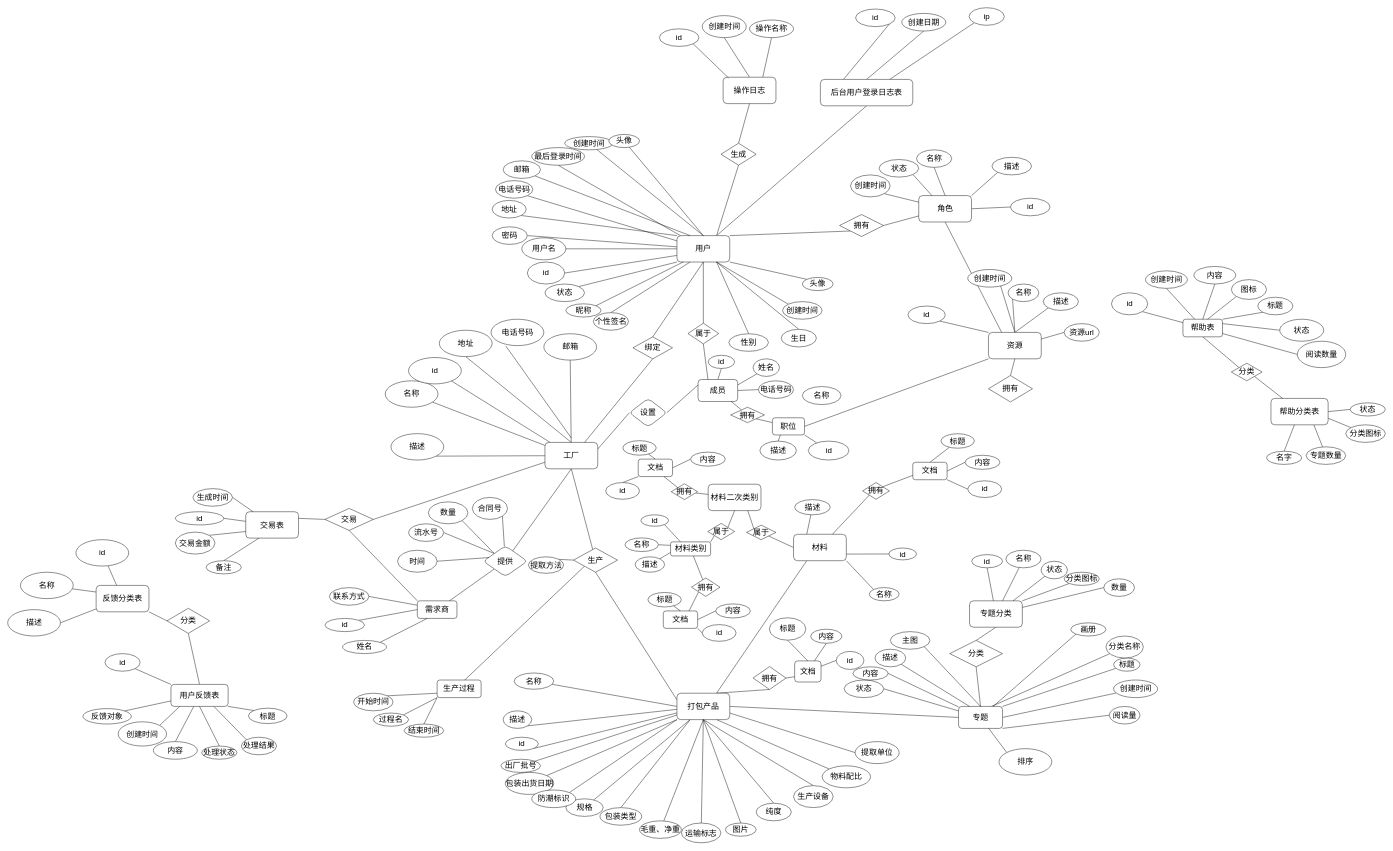
This is document/scheme/稀土产品数据库.drawio from hhoao/retrack, a draw.io file, before an edit. Source tidied: cells renumbered, new cells numbered last; positions are measured from the earlier drawing's top-left corner, leaving out a move shared by most shapes. Both pictures are drawn from the tidied source at 44%, with x=0, y=0 at pixel (7, 7).
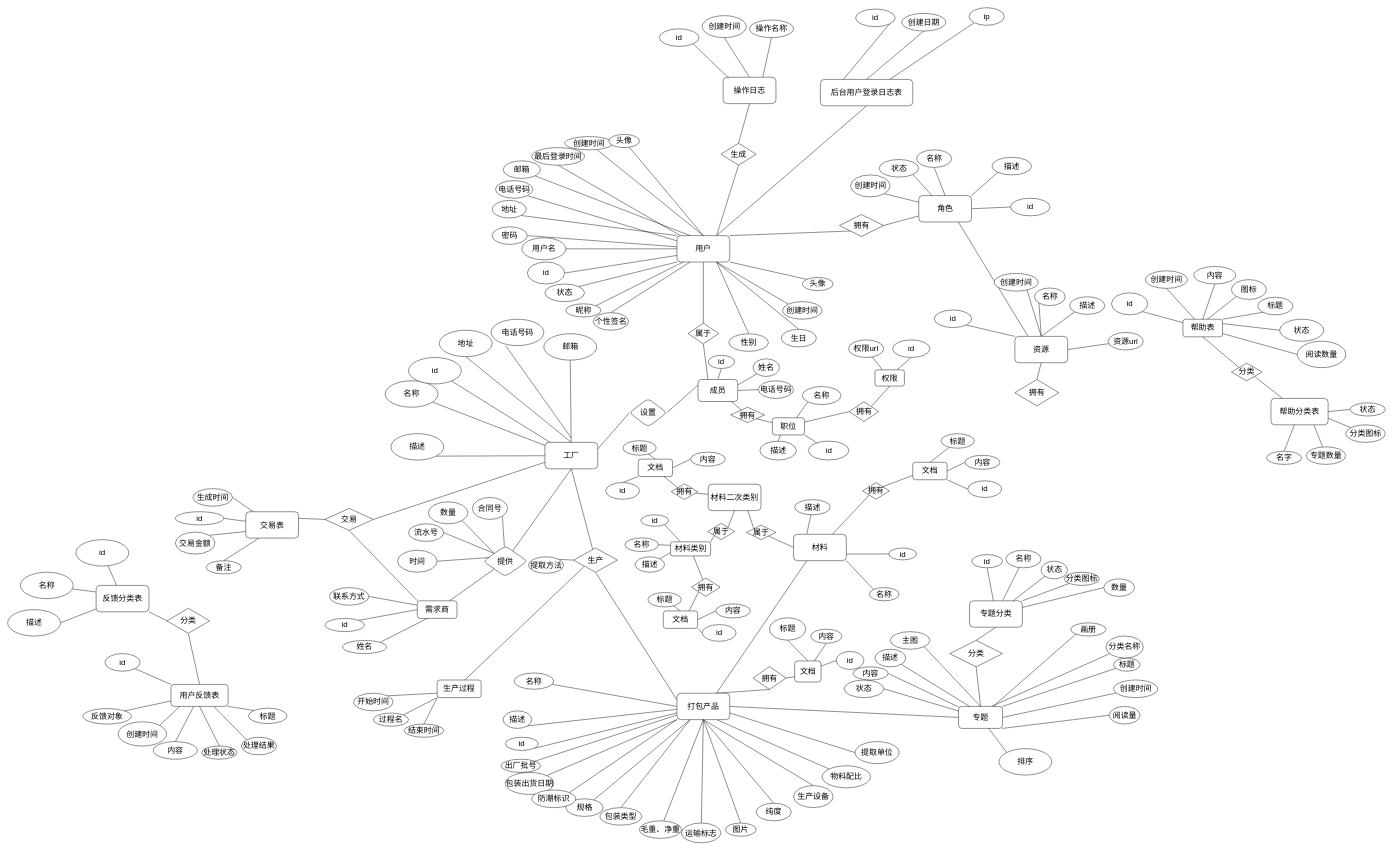
After the change.

Unchanged cells that the change refers to:
```xml
<mxCell id="14" value="工厂" style="whiteSpace=wrap;html=1;fontSize=18;strokeWidth=1;rounded=1;" parent="1" vertex="1">
  <mxGeometry x="1221" y="988" width="120" height="60" as="geometry" />
</mxCell>
<mxCell id="83" value="用户" style="rounded=1;whiteSpace=wrap;html=1;fontSize=18;" parent="1" vertex="1">
  <mxGeometry x="1521" y="518" width="120" height="60" as="geometry" />
</mxCell>
<mxCell id="101" value="角色" style="rounded=1;whiteSpace=wrap;html=1;fontSize=18;" parent="1" vertex="1">
  <mxGeometry x="2070.5" y="427" width="120" height="60" as="geometry" />
</mxCell>
<mxCell id="278" value="职位" style="rounded=1;whiteSpace=wrap;html=1;fontFamily=Helvetica;fontSize=18;fontColor=default;" parent="1" vertex="1">
  <mxGeometry x="1738" y="932" width="73" height="39" as="geometry" />
</mxCell>
<mxCell id="279" value="名称" style="ellipse;whiteSpace=wrap;html=1;fontFamily=Helvetica;fontSize=18;fontColor=default;" parent="1" vertex="1">
  <mxGeometry x="1806" y="861" width="88" height="41" as="geometry" />
</mxCell>
```

The edit, as a diff of the source:
```diff
@@
-    <mxCell id="13" style="edgeStyle=none;rounded=0;jettySize=auto;html=1;exitX=0.75;exitY=0;exitDx=0;exitDy=0;entryX=0.5;entryY=1;entryDx=0;entryDy=0;endArrow=none;endFill=0;fontSize=18;" parent="1" edge="1" source="14" target="85">
-      <mxGeometry relative="1" as="geometry" />
-    </mxCell>
@@
-    <mxCell id="84" style="edgeStyle=none;rounded=0;jettySize=auto;html=1;exitX=0.5;exitY=0;exitDx=0;exitDy=0;entryX=0.5;entryY=1;entryDx=0;entryDy=0;endArrow=none;endFill=0;fontSize=18;" parent="1" edge="1" source="85" target="83">
-      <mxGeometry relative="1" as="geometry" />
-    </mxCell>
-    <mxCell id="85" value="绑定" style="rhombus;whiteSpace=wrap;html=1;fontSize=18;" parent="1" vertex="1">
-      <mxGeometry x="1421" y="748" width="90" height="50" as="geometry" />
-    </mxCell>
@@
-    <mxCell id="100" style="edgeStyle=none;rounded=0;jettySize=auto;html=1;exitX=0.5;exitY=1;exitDx=0;exitDy=0;entryX=0.25;entryY=0;entryDx=0;entryDy=0;endArrow=none;endFill=0;" parent="1" edge="1" source="101" target="111">
+    <mxCell id="100" style="edgeStyle=none;rounded=0;jettySize=auto;html=1;exitX=0.75;exitY=1;exitDx=0;exitDy=0;entryX=0.25;entryY=0;entryDx=0;entryDy=0;fontSize=18;endArrow=none;endFill=0;" parent="1" edge="1" source="101" target="111">
       <mxGeometry relative="1" as="geometry" />
     </mxCell>
@@
+    <mxCell id="346" style="edgeStyle=none;rounded=0;jettySize=auto;html=1;exitX=1;exitY=0.5;exitDx=0;exitDy=0;fontSize=18;endArrow=none;endFill=0;" parent="1" edge="1" source="111" target="130">
+      <mxGeometry relative="1" as="geometry" />
+    </mxCell>
     <mxCell id="111" value="资源" style="rounded=1;whiteSpace=wrap;html=1;fontSize=18;" parent="1" vertex="1">
-      <mxGeometry x="2229" y="738" width="120" height="60" as="geometry" />
+      <mxGeometry x="2289" y="747" width="120" height="60" as="geometry" />
     </mxCell>
@@
     <mxCell id="115" value="id" style="ellipse;whiteSpace=wrap;html=1;fontSize=18;" parent="1" vertex="1">
-      <mxGeometry x="2046" y="678" width="85" height="40" as="geometry" />
+      <mxGeometry x="2106" y="687" width="85" height="40" as="geometry" />
     </mxCell>
@@
     <mxCell id="117" value="拥有" style="rhombus;whiteSpace=wrap;html=1;fontSize=18;" parent="1" vertex="1">
-      <mxGeometry x="2229" y="836" width="100" height="60" as="geometry" />
+      <mxGeometry x="2289" y="845" width="100" height="60" as="geometry" />
     </mxCell>
     <mxCell id="118" value="名称" style="ellipse;whiteSpace=wrap;html=1;fontSize=18;" parent="1" vertex="1">
-      <mxGeometry x="2273.5" y="628" width="70" height="40" as="geometry" />
+      <mxGeometry x="2333.5" y="637" width="70" height="40" as="geometry" />
     </mxCell>
     <mxCell id="119" value="描述" style="ellipse;whiteSpace=wrap;html=1;fontSize=18;" parent="1" vertex="1">
-      <mxGeometry x="2353.5" y="648" width="80" height="40" as="geometry" />
+      <mxGeometry x="2413.5" y="657" width="80" height="40" as="geometry" />
     </mxCell>
     <mxCell id="120" value="创建时间" style="ellipse;whiteSpace=wrap;html=1;fontSize=18;" parent="1" vertex="1">
-      <mxGeometry x="2182" y="595" width="100" height="40" as="geometry" />
+      <mxGeometry x="2242" y="604" width="100" height="40" as="geometry" />
     </mxCell>
@@
-    <mxCell id="129" style="edgeStyle=none;rounded=0;jettySize=auto;html=1;exitX=0;exitY=0.5;exitDx=0;exitDy=0;entryX=1;entryY=0.25;entryDx=0;entryDy=0;fontSize=18;endArrow=none;endFill=0;" parent="1" edge="1" source="130" target="111">
-      <mxGeometry relative="1" as="geometry" />
-    </mxCell>
     <mxCell id="130" value="资源url" style="ellipse;whiteSpace=wrap;html=1;fontSize=18;" parent="1" vertex="1">
-      <mxGeometry x="2401" y="718" width="80" height="40" as="geometry" />
+      <mxGeometry x="2501" y="738" width="80" height="40" as="geometry" />
     </mxCell>
@@
-    <mxCell id="277" style="edgeStyle=none;rounded=0;jettySize=auto;html=1;exitX=1;exitY=0.5;exitDx=0;exitDy=0;entryX=0;entryY=1;entryDx=0;entryDy=0;endArrow=none;endFill=0;" parent="1" edge="1" source="278" target="111">
-      <mxGeometry relative="1" as="geometry" />
-    </mxCell>
+    <mxCell id="347" style="rounded=0;jettySize=auto;html=1;exitX=0.75;exitY=0;exitDx=0;exitDy=0;entryX=0;entryY=1;entryDx=0;entryDy=0;endArrow=none;endFill=0;" parent="1" edge="1" source="278" target="279">
+      <mxGeometry relative="1" as="geometry" />
+    </mxCell>
+    <mxCell id="348" style="edgeStyle=none;rounded=0;jettySize=auto;html=1;exitX=1;exitY=0.25;exitDx=0;exitDy=0;entryX=0;entryY=0.5;entryDx=0;entryDy=0;fontSize=18;endArrow=none;endFill=0;" parent="1" edge="1" source="278" target="355">
+      <mxGeometry relative="1" as="geometry" />
+    </mxCell>
@@
+    <mxCell id="349" style="edgeStyle=none;rounded=0;jettySize=auto;html=1;exitX=0.25;exitY=0;exitDx=0;exitDy=0;fontSize=18;endArrow=none;endFill=0;" parent="1" edge="1" source="351" target="352">
+      <mxGeometry relative="1" as="geometry" />
+    </mxCell>
+    <mxCell id="350" style="edgeStyle=none;rounded=0;jettySize=auto;html=1;exitX=0.75;exitY=0;exitDx=0;exitDy=0;entryX=0.5;entryY=1;entryDx=0;entryDy=0;fontSize=18;endArrow=none;endFill=0;" parent="1" edge="1" source="351" target="353">
+      <mxGeometry relative="1" as="geometry" />
+    </mxCell>
+    <mxCell id="351" value="权限" style="rounded=1;whiteSpace=wrap;html=1;fontSize=18;" parent="1" vertex="1">
+      <mxGeometry x="1971" y="823" width="67" height="37" as="geometry" />
+    </mxCell>
+    <mxCell id="352" value="权限url" style="ellipse;whiteSpace=wrap;html=1;fontSize=18;" parent="1" vertex="1">
+      <mxGeometry x="1911" y="755" width="80" height="40" as="geometry" />
+    </mxCell>
+    <mxCell id="353" value="id" style="ellipse;whiteSpace=wrap;html=1;fontSize=18;" parent="1" vertex="1">
+      <mxGeometry x="2011" y="755" width="85" height="40" as="geometry" />
+    </mxCell>
+    <mxCell id="354" style="edgeStyle=none;rounded=0;jettySize=auto;html=1;exitX=1;exitY=0;exitDx=0;exitDy=0;entryX=0.5;entryY=1;entryDx=0;entryDy=0;fontSize=18;endArrow=none;endFill=0;" parent="1" edge="1" source="355" target="351">
+      <mxGeometry relative="1" as="geometry" />
+    </mxCell>
+    <mxCell id="355" value="拥有" style="rhombus;whiteSpace=wrap;html=1;fontSize=18;" parent="1" vertex="1">
+      <mxGeometry x="1912.5" y="895.5" width="67" height="45" as="geometry" />
+    </mxCell>
```
